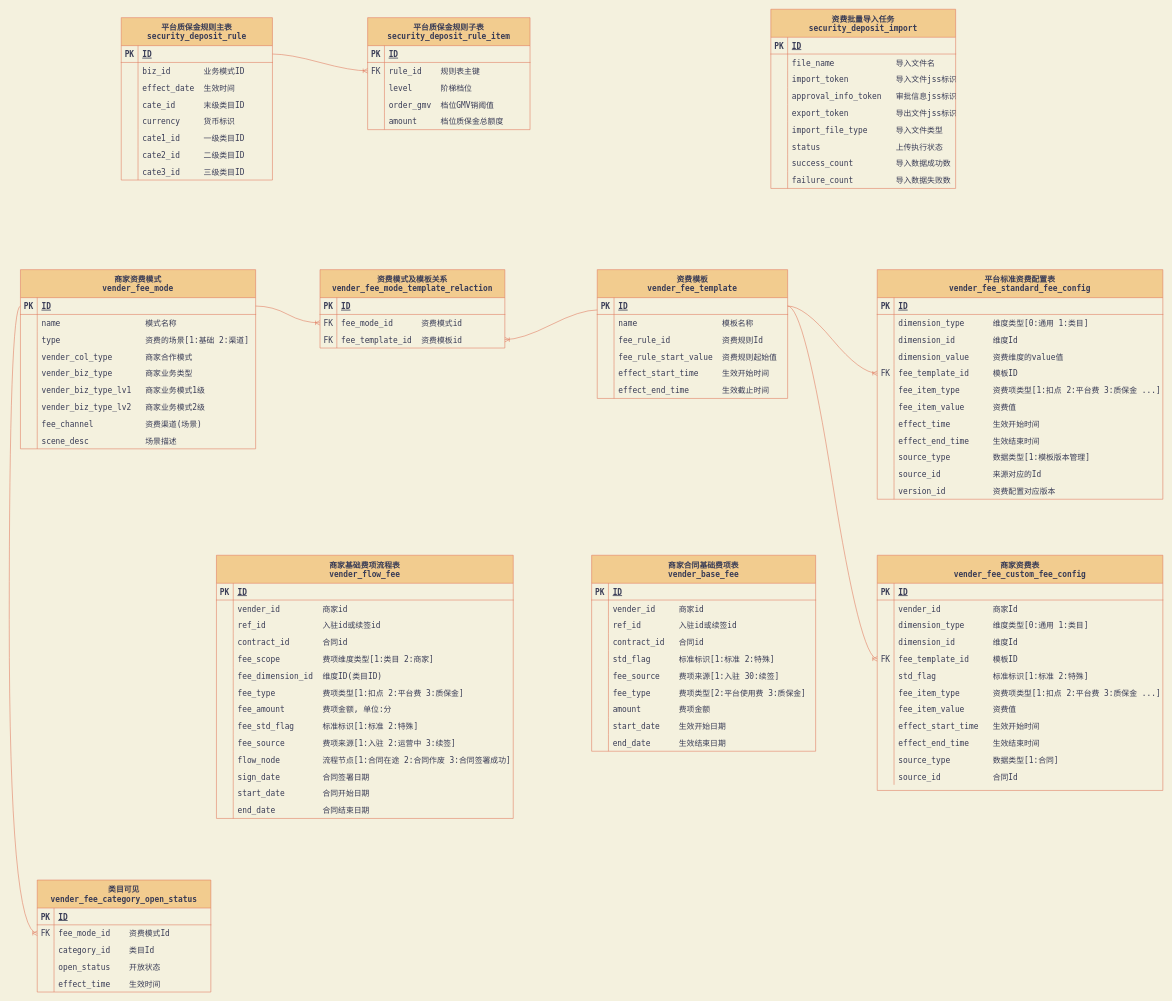
Before: page "新资费" (2 of 2) of 资费ER图.drawio in RubberBoy/some, a draw.io diagram. Source tidied: cells renumbered, new cells numbered last; positions are measured from the earlier drawing's top-left corner, leaving out a move shared by most shapes. Both pictures are drawn from the tidied source at 56%, with x=0, y=0 at pixel (9, 9).
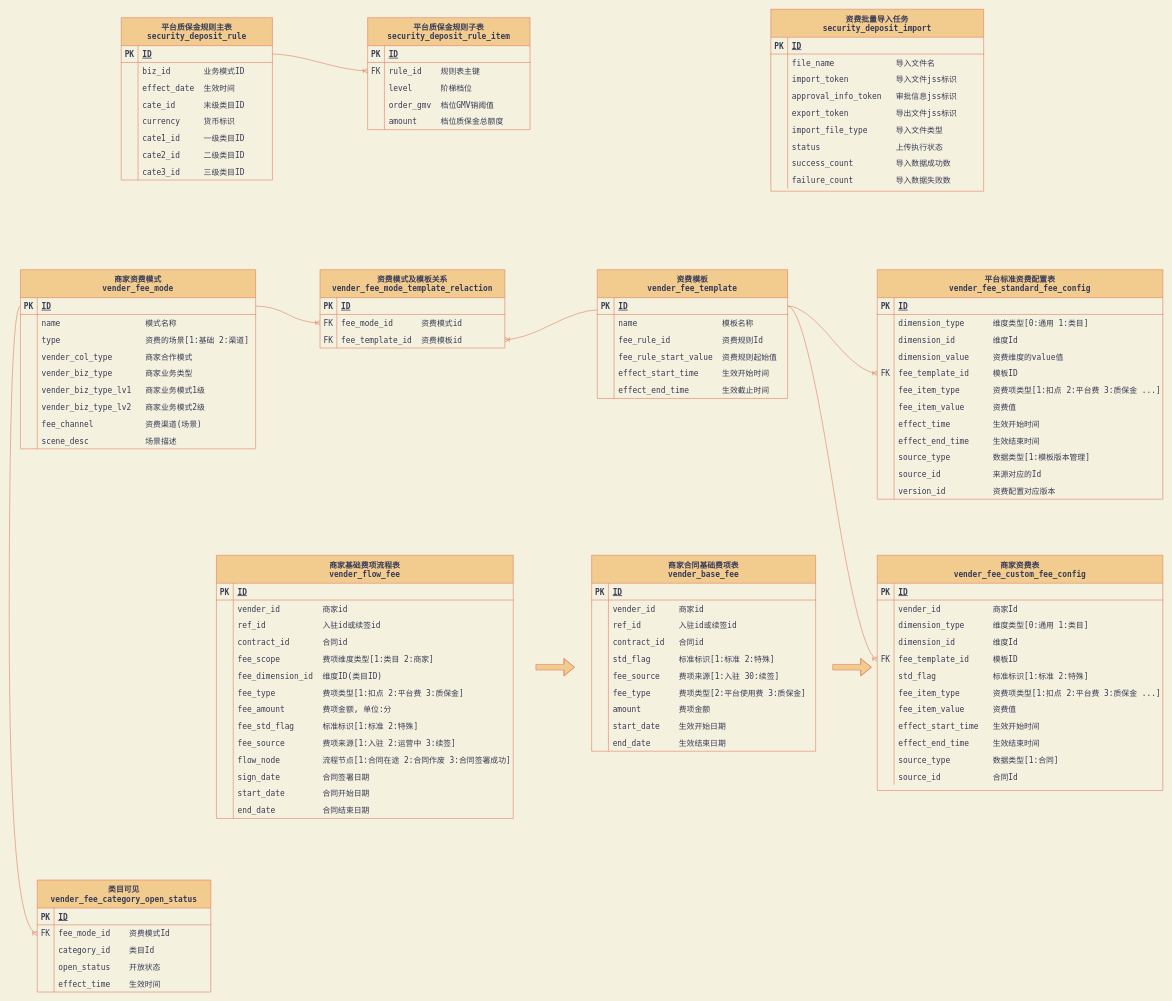
The same diagram, later.

Commit message (it also covers changes not shown here):
更新资费ER图.drawio

The edit, as a diff of the source:
```diff
@@
     <mxCell id="2" value="资费批量导入任务&#10;security_deposit_import" style="shape=table;startSize=50;childLayout=tableLayout;rowLines=0;fontStyle=1;align=center;fontFamily=Menlo;fontSize=14;fillColor=#F2CC8F;strokeColor=#E07A5F;fontColor=#393C56;" parent="1" vertex="1">
-      <mxGeometry x="1360" width="330" height="320" as="geometry" />
+      <mxGeometry x="1360" width="380" height="325" as="geometry" />
     </mxCell>
     <mxCell id="3" style="shape=partialRectangle;fillColor=none;top=0;left=0;right=0;bottom=1;fontFamily=Menlo;fontSize=14;strokeColor=#E07A5F;fontColor=#393C56;" parent="2" vertex="1">
-      <mxGeometry y="50" width="330" height="30" as="geometry" />
+      <mxGeometry y="50" width="380" height="30" as="geometry" />
     </mxCell>
@@
     <mxCell id="5" value="ID" style="shape=partialRectangle;overflow=hidden;fillColor=none;top=0;left=0;bottom=0;right=0;align=left;spacingLeft=6;fontStyle=5;fontFamily=Menlo;fontSize=14;strokeColor=#E07A5F;fontColor=#393C56;" parent="3" vertex="1">
-      <mxGeometry x="30" width="300" height="30" as="geometry" />
+      <mxGeometry x="30" width="350" height="30" as="geometry" />
     </mxCell>
     <mxCell id="6" style="shape=partialRectangle;fillColor=none;top=0;left=0;right=0;bottom=0;fontFamily=Menlo;fontSize=14;strokeColor=#E07A5F;fontColor=#393C56;" parent="2" vertex="1">
-      <mxGeometry y="80" width="330" height="30" as="geometry" />
+      <mxGeometry y="80" width="380" height="30" as="geometry" />
     </mxCell>
@@
     <mxCell id="8" value="file_name             导入文件名" style="shape=partialRectangle;overflow=hidden;fillColor=none;top=0;left=0;bottom=0;right=0;align=left;spacingLeft=6;fontFamily=Menlo;fontSize=14;fontStyle=0;strokeColor=#E07A5F;fontColor=#393C56;" parent="6" vertex="1">
-      <mxGeometry x="30" width="300" height="30" as="geometry" />
+      <mxGeometry x="30" width="350" height="30" as="geometry" />
     </mxCell>
     <mxCell id="9" style="shape=tableRow;horizontal=0;startSize=0;swimlaneHead=0;swimlaneBody=0;fillColor=none;top=0;left=0;right=0;bottom=0;fontFamily=Menlo;fontSize=14;strokeColor=#E07A5F;fontColor=#393C56;" parent="2" vertex="1">
-      <mxGeometry y="110" width="330" height="30" as="geometry" />
+      <mxGeometry y="110" width="380" height="30" as="geometry" />
     </mxCell>
@@
     <mxCell id="11" value="import_token          导入文件jss标识" style="shape=partialRectangle;fillColor=none;top=0;left=0;bottom=0;right=0;align=left;spacingLeft=6;overflow=hidden;fontFamily=Menlo;fontSize=14;fontStyle=0;strokeColor=#E07A5F;fontColor=#393C56;" parent="9" vertex="1">
-      <mxGeometry x="30" width="300" height="30" as="geometry" />
+      <mxGeometry x="30" width="350" height="30" as="geometry" />
     </mxCell>
     <mxCell id="12" style="shape=tableRow;horizontal=0;startSize=0;swimlaneHead=0;swimlaneBody=0;fillColor=none;top=0;left=0;right=0;bottom=0;fontFamily=Menlo;fontSize=14;strokeColor=#E07A5F;fontColor=#393C56;" parent="2" vertex="1">
-      <mxGeometry y="140" width="330" height="30" as="geometry" />
+      <mxGeometry y="140" width="380" height="30" as="geometry" />
     </mxCell>
@@
     <mxCell id="14" value="approval_info_token   审批信息jss标识" style="shape=partialRectangle;fillColor=none;top=0;left=0;bottom=0;right=0;align=left;spacingLeft=6;overflow=hidden;fontFamily=Menlo;fontSize=14;strokeColor=#E07A5F;fontColor=#393C56;" parent="12" vertex="1">
-      <mxGeometry x="30" width="300" height="30" as="geometry" />
+      <mxGeometry x="30" width="350" height="30" as="geometry" />
     </mxCell>
     <mxCell id="15" style="shape=tableRow;horizontal=0;startSize=0;swimlaneHead=0;swimlaneBody=0;fillColor=none;top=0;left=0;right=0;bottom=0;fontFamily=Menlo;fontSize=14;strokeColor=#E07A5F;fontColor=#393C56;" parent="2" vertex="1">
-      <mxGeometry y="170" width="330" height="30" as="geometry" />
+      <mxGeometry y="170" width="380" height="30" as="geometry" />
     </mxCell>
@@
     <mxCell id="17" value="export_token          导出文件jss标识" style="shape=partialRectangle;fillColor=none;top=0;left=0;bottom=0;right=0;align=left;spacingLeft=6;overflow=hidden;fontFamily=Menlo;fontSize=14;strokeColor=#E07A5F;fontColor=#393C56;" parent="15" vertex="1">
-      <mxGeometry x="30" width="300" height="30" as="geometry" />
+      <mxGeometry x="30" width="350" height="30" as="geometry" />
     </mxCell>
     <mxCell id="18" style="shape=tableRow;horizontal=0;startSize=0;swimlaneHead=0;swimlaneBody=0;fillColor=none;top=0;left=0;right=0;bottom=0;fontFamily=Menlo;fontSize=14;strokeColor=#E07A5F;fontColor=#393C56;" parent="2" vertex="1">
-      <mxGeometry y="200" width="330" height="30" as="geometry" />
+      <mxGeometry y="200" width="380" height="30" as="geometry" />
     </mxCell>
@@
     <mxCell id="20" value="import_file_type      导入文件类型" style="shape=partialRectangle;fillColor=none;top=0;left=0;bottom=0;right=0;align=left;spacingLeft=6;overflow=hidden;fontFamily=Menlo;fontSize=14;strokeColor=#E07A5F;fontColor=#393C56;" parent="18" vertex="1">
-      <mxGeometry x="30" width="300" height="30" as="geometry" />
+      <mxGeometry x="30" width="350" height="30" as="geometry" />
     </mxCell>
     <mxCell id="21" style="shape=tableRow;horizontal=0;startSize=0;swimlaneHead=0;swimlaneBody=0;fillColor=none;top=0;left=0;right=0;bottom=0;fontFamily=Menlo;fontSize=14;strokeColor=#E07A5F;fontColor=#393C56;" parent="2" vertex="1">
-      <mxGeometry y="230" width="330" height="30" as="geometry" />
+      <mxGeometry y="230" width="380" height="30" as="geometry" />
     </mxCell>
@@
     <mxCell id="23" value="status                上传执行状态" style="shape=partialRectangle;fillColor=none;top=0;left=0;bottom=0;right=0;align=left;spacingLeft=6;overflow=hidden;fontFamily=Menlo;fontSize=14;strokeColor=#E07A5F;fontColor=#393C56;" parent="21" vertex="1">
-      <mxGeometry x="30" width="300" height="30" as="geometry" />
+      <mxGeometry x="30" width="350" height="30" as="geometry" />
     </mxCell>
     <mxCell id="24" style="shape=tableRow;horizontal=0;startSize=0;swimlaneHead=0;swimlaneBody=0;fillColor=none;top=0;left=0;right=0;bottom=0;fontFamily=Menlo;fontSize=14;strokeColor=#E07A5F;fontColor=#393C56;" parent="2" vertex="1">
-      <mxGeometry y="260" width="330" height="30" as="geometry" />
+      <mxGeometry y="260" width="380" height="30" as="geometry" />
     </mxCell>
@@
     <mxCell id="26" value="success_count         导入数据成功数" style="shape=partialRectangle;fillColor=none;top=0;left=0;bottom=0;right=0;align=left;spacingLeft=6;overflow=hidden;fontFamily=Menlo;fontSize=14;strokeColor=#E07A5F;fontColor=#393C56;" parent="24" vertex="1">
-      <mxGeometry x="30" width="300" height="30" as="geometry" />
+      <mxGeometry x="30" width="350" height="30" as="geometry" />
     </mxCell>
     <mxCell id="27" style="shape=tableRow;horizontal=0;startSize=0;swimlaneHead=0;swimlaneBody=0;fillColor=none;top=0;left=0;right=0;bottom=0;fontFamily=Menlo;fontSize=14;strokeColor=#E07A5F;fontColor=#393C56;" parent="2" vertex="1">
-      <mxGeometry y="290" width="330" height="30" as="geometry" />
+      <mxGeometry y="290" width="380" height="30" as="geometry" />
     </mxCell>
@@
     <mxCell id="29" value="failure_count         导入数据失败数" style="shape=partialRectangle;fillColor=none;top=0;left=0;bottom=0;right=0;align=left;spacingLeft=6;overflow=hidden;fontFamily=Menlo;fontSize=14;strokeColor=#E07A5F;fontColor=#393C56;" parent="27" vertex="1">
-      <mxGeometry x="30" width="300" height="30" as="geometry" />
+      <mxGeometry x="30" width="350" height="30" as="geometry" />
     </mxCell>
@@
+    <mxCell id="298" style="shape=flexArrow;endArrow=classic;html=1;rounded=0;fontColor=#393C56;strokeColor=#E07A5F;fillColor=#F2CC8F;" parent="1" edge="1">
+      <mxGeometry relative="1" as="geometry">
+        <mxPoint x="940" y="1175" as="sourcePoint" />
+        <mxPoint x="1010" y="1175" as="targetPoint" />
+        <Array as="points">
+          <mxPoint x="970" y="1175" />
+        </Array>
+      </mxGeometry>
+    </mxCell>
+    <mxCell id="299" style="shape=flexArrow;endArrow=classic;html=1;rounded=0;fontColor=#393C56;strokeColor=#E07A5F;fillColor=#F2CC8F;" parent="1" edge="1">
+      <mxGeometry relative="1" as="geometry">
+        <mxPoint x="1470" y="1175" as="sourcePoint" />
+        <mxPoint x="1540" y="1175" as="targetPoint" />
+        <Array as="points">
+          <mxPoint x="1500" y="1175" />
+        </Array>
+      </mxGeometry>
+    </mxCell>
```
